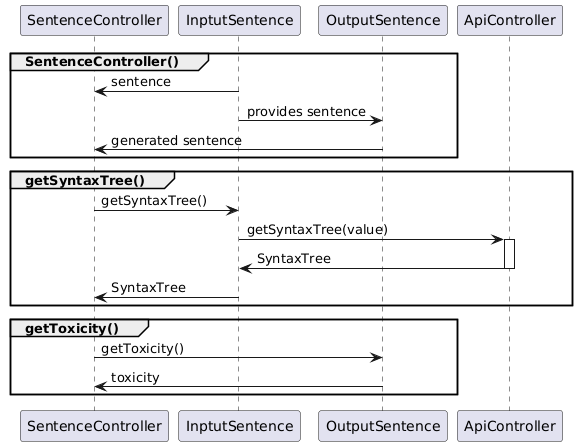
Earlier version of the PlantUML export docs/Sequence diagrams/Diagrams/SentenceController.png (63616E617A7A61/NonSenseGenerator).
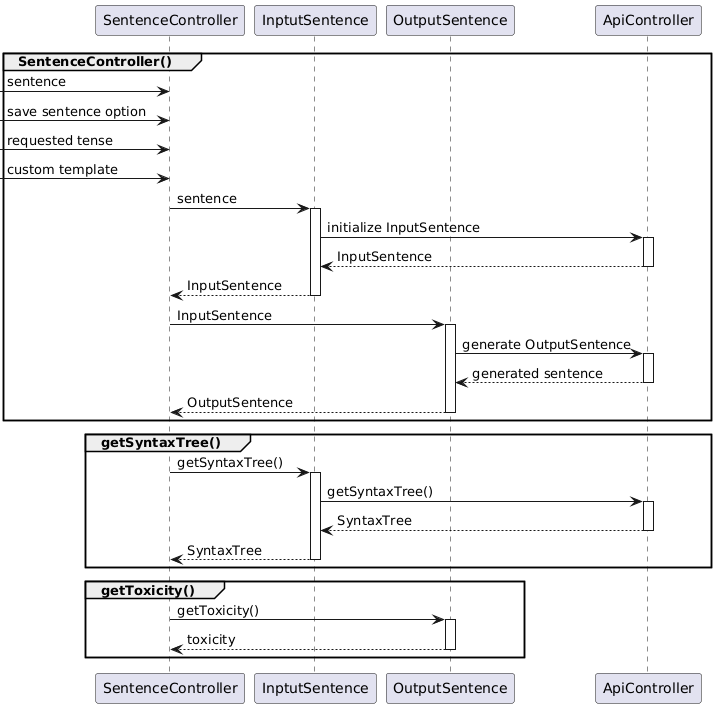
Above is the later version.

Diff of the diagram source:
```diff
@@ -6,26 +6,45 @@
 
 
 group SentenceController()
-sc <- is : sentence
+-> sc : sentence
+-> sc : save sentence option
+-> sc : requested tense
+-> sc : custom template
 
-is -> os : provides sentence
-sc <- os : generated sentence
+sc -> is : sentence
+activate is
+is -> ac : initialize InputSentence
+activate ac
+is <-- ac : InputSentence
+deactivate ac
+sc <-- is : InputSentence
+deactivate is
+
+sc -> os : InputSentence
+activate os
+os -> ac : generate OutputSentence
+activate ac
+os <-- ac : generated sentence
+deactivate ac
+sc <-- os : OutputSentence
+deactivate os
 end
 
 group getSyntaxTree()
 sc -> is : getSyntaxTree()
-
-is -> ac : getSyntaxTree(value)
-
+activate is
+is -> ac : getSyntaxTree()
 activate ac
-is <- ac : SyntaxTree
+is <-- ac : SyntaxTree
 deactivate ac
-
-sc <- is : SyntaxTree
+sc <-- is : SyntaxTree
+deactivate is
 end
 
 group getToxicity()
 sc -> os : getToxicity()
-sc <- os : toxicity
+activate os
+sc <-- os : toxicity
+deactivate os
 end
 @enduml
```
